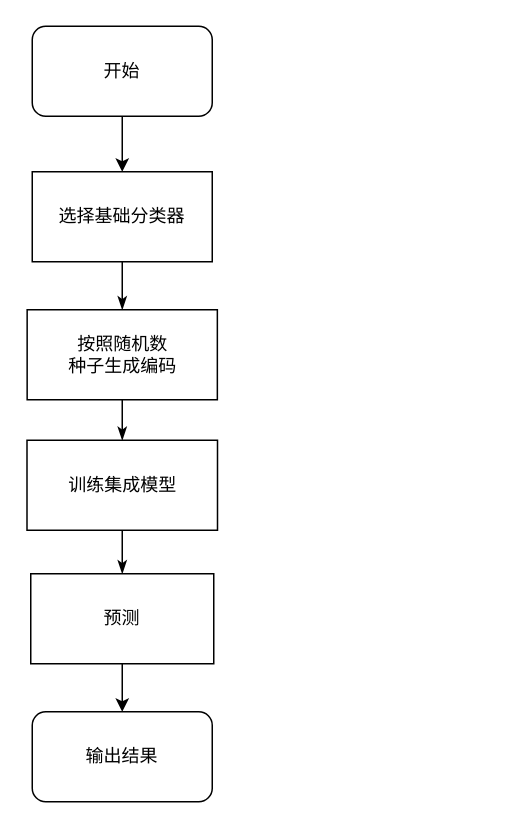
Before: page "第 6 页" (6 of 6) of Untitled Diagram.drawio in htliang25/picture, a draw.io diagram. Source tidied: cells renumbered, new cells numbered last; positions are measured from the earlier drawing's top-left corner, leaving out a move shared by most shapes. Both pictures are drawn from the tidied source at 150%, with x=0, y=0 at pixel (26, 26).
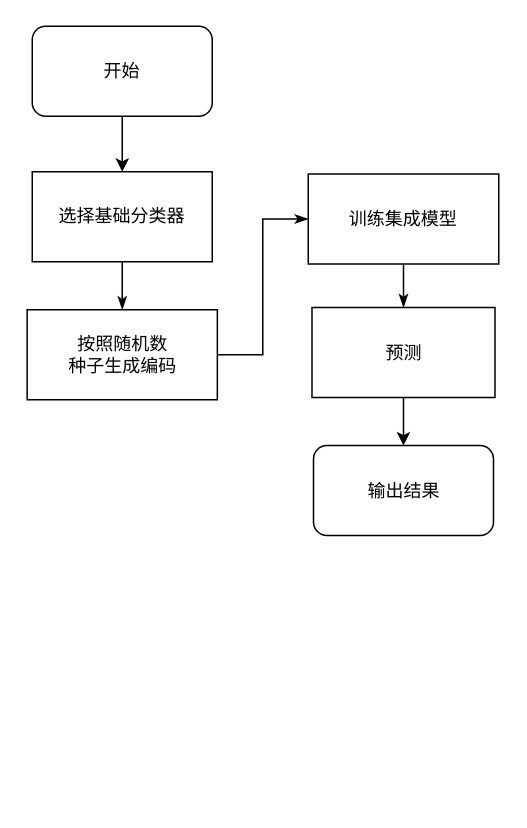
The same page after the edit.

What changed in the source:
```diff
@@
 <mxGraphModel>
   <root>
     <mxCell id="0" />
     <mxCell id="1" parent="0" />
     <mxCell id="2" style="edgeStyle=orthogonalEdgeStyle;rounded=0;jettySize=auto;html=1;exitX=0.5;exitY=1;exitDx=0;exitDy=0;entryX=0.5;entryY=0;entryDx=0;entryDy=0;" parent="1" edge="1" source="3" target="5">
       <mxGeometry relative="1" as="geometry" />
     </mxCell>
     <mxCell id="3" value="开始" style="rounded=1;whiteSpace=wrap;html=1;" parent="1" vertex="1">
       <mxGeometry x="4" width="120" height="60" as="geometry" />
     </mxCell>
     <mxCell id="4" style="edgeStyle=orthogonalEdgeStyle;rounded=0;jettySize=auto;html=1;exitX=0.5;exitY=1;exitDx=0;exitDy=0;entryX=0.5;entryY=0;entryDx=0;entryDy=0;endArrow=classicThin;endFill=1;" parent="1" edge="1" source="5" target="7">
       <mxGeometry relative="1" as="geometry" />
     </mxCell>
     <mxCell id="5" value="选择基础分类器&lt;br&gt;" style="rounded=0;whiteSpace=wrap;html=1;" parent="1" vertex="1">
       <mxGeometry x="4" y="97" width="120" height="60" as="geometry" />
     </mxCell>
-    <mxCell id="6" style="edgeStyle=orthogonalEdgeStyle;rounded=0;jettySize=auto;html=1;exitX=0.5;exitY=1;exitDx=0;exitDy=0;entryX=0.5;entryY=0;entryDx=0;entryDy=0;endArrow=classicThin;endFill=1;" parent="1" edge="1" source="7" target="9">
+    <mxCell id="6" style="edgeStyle=orthogonalEdgeStyle;rounded=0;jettySize=auto;html=1;exitX=1;exitY=0.5;exitDx=0;exitDy=0;entryX=0;entryY=0.5;entryDx=0;entryDy=0;endArrow=classicThin;endFill=1;" parent="1" edge="1" source="7" target="9">
       <mxGeometry relative="1" as="geometry" />
     </mxCell>
     <mxCell id="7" value="按照随机数&lt;br&gt;种子生成编码" style="rounded=0;whiteSpace=wrap;html=1;" parent="1" vertex="1">
       <mxGeometry x="0.6" y="189" width="126.8" height="60" as="geometry" />
     </mxCell>
     <mxCell id="8" style="edgeStyle=orthogonalEdgeStyle;rounded=0;jettySize=auto;html=1;exitX=0.5;exitY=1;exitDx=0;exitDy=0;entryX=0.5;entryY=0;entryDx=0;entryDy=0;endArrow=classicThin;endFill=1;" parent="1" edge="1" source="9" target="11">
       <mxGeometry relative="1" as="geometry" />
     </mxCell>
     <mxCell id="9" value="训练集成模型" style="rounded=0;whiteSpace=wrap;html=1;" parent="1" vertex="1">
-      <mxGeometry x="0.5" y="276" width="127" height="60" as="geometry" />
+      <mxGeometry x="188" y="98.5" width="127" height="60" as="geometry" />
     </mxCell>
     <mxCell id="10" style="edgeStyle=orthogonalEdgeStyle;rounded=0;jettySize=auto;html=1;exitX=0.5;exitY=1;exitDx=0;exitDy=0;" parent="1" edge="1" source="11" target="12">
       <mxGeometry relative="1" as="geometry" />
     </mxCell>
     <mxCell id="11" value="预测" style="rounded=0;whiteSpace=wrap;html=1;" parent="1" vertex="1">
-      <mxGeometry x="3" y="365" width="122" height="60" as="geometry" />
+      <mxGeometry x="190.5" y="187.5" width="122" height="60" as="geometry" />
     </mxCell>
     <mxCell id="12" value="输出结果" style="rounded=1;whiteSpace=wrap;html=1;" parent="1" vertex="1">
-      <mxGeometry x="4" y="457" width="120" height="60" as="geometry" />
+      <mxGeometry x="191.5" y="279.5" width="120" height="60" as="geometry" />
     </mxCell>
   </root>
 </mxGraphModel>
```
